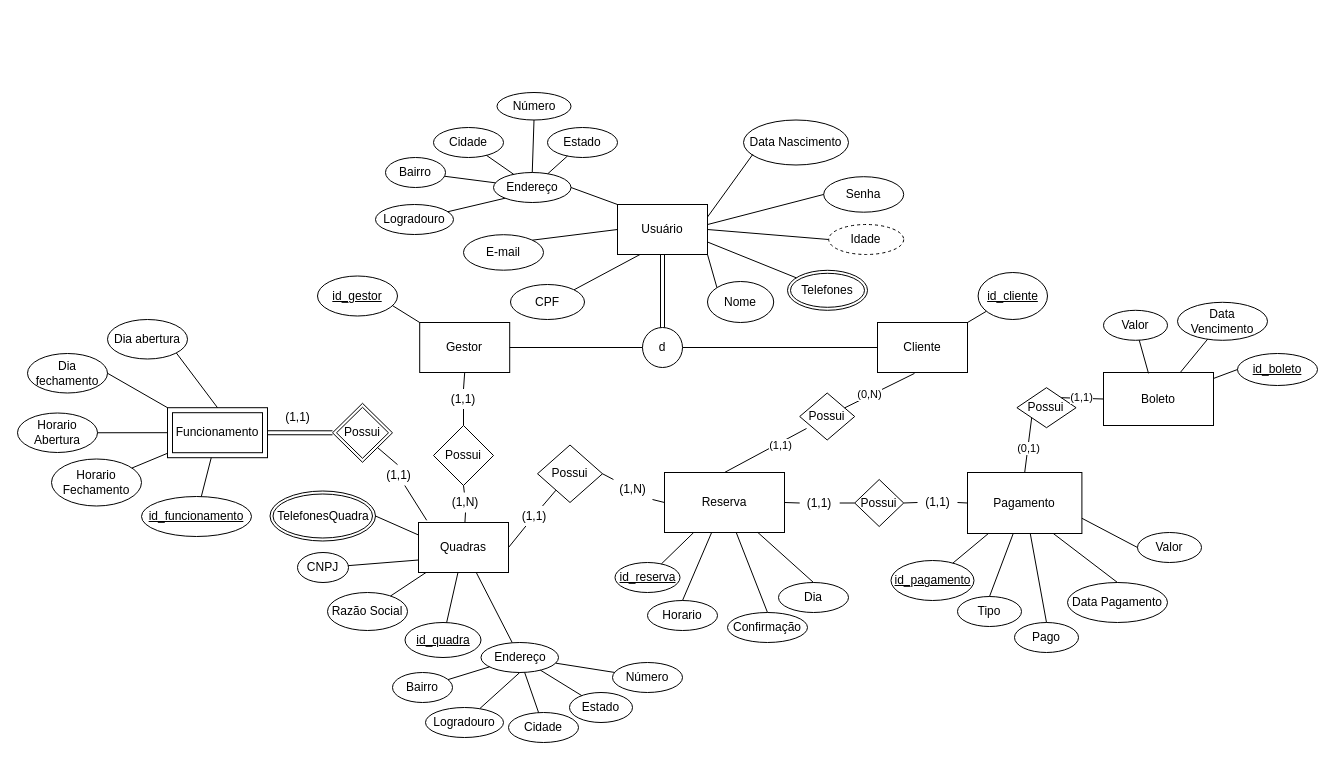
This is documentacao/Modelo Banco/DiagramaFutManagerV2.drawio from oapmartins/FutManager, a draw.io file, before an edit. Source tidied: cells renumbered, new cells numbered last; positions are measured from the earlier drawing's top-left corner, leaving out a move shared by most shapes. Both pictures are drawn from the tidied source at 100%, with x=0, y=0 at pixel (17, 92).
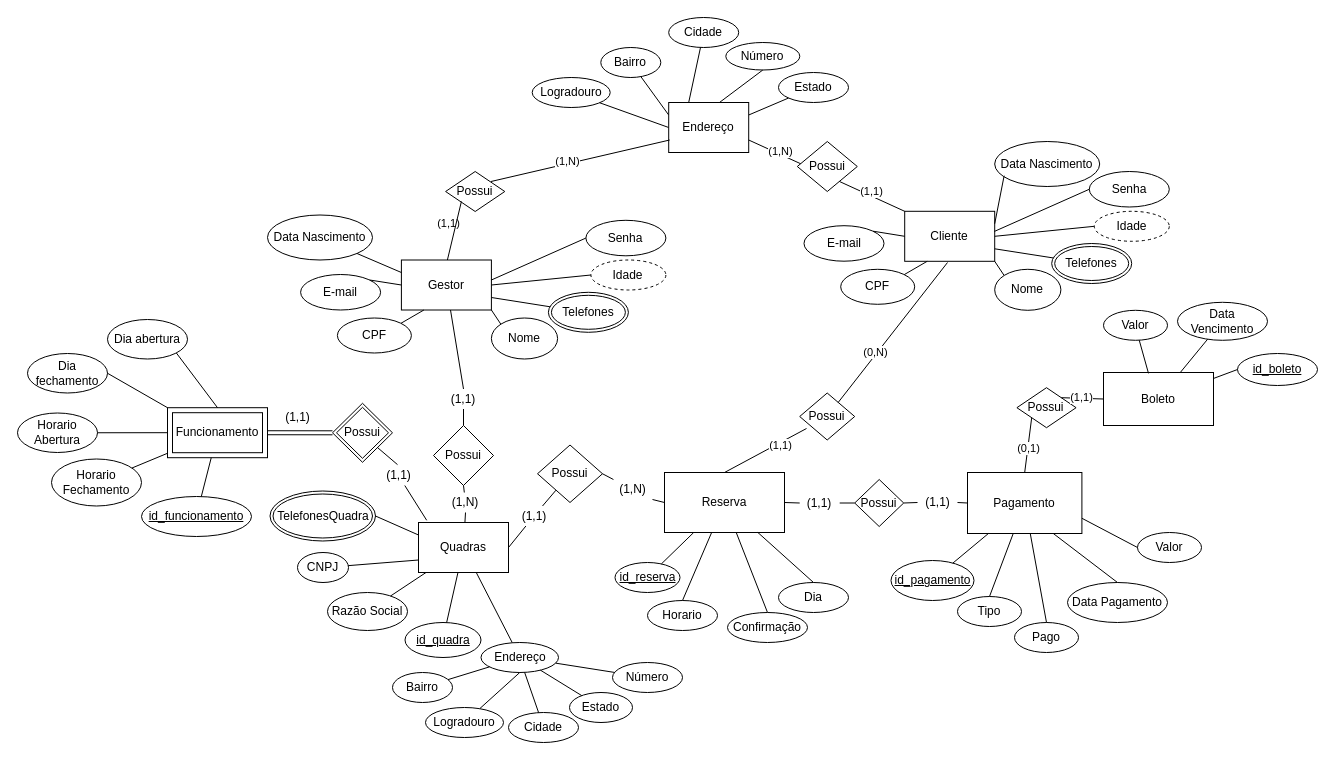
The same page after the edit.

Commit message (it also covers changes not shown here):
update der diagram documentation

Unchanged cells that the change refers to:
```xml
<mxCell id="92" value="Possui" style="rhombus;whiteSpace=wrap;html=1;" parent="1" vertex="1">
  <mxGeometry x="782.2" y="300.5" width="55" height="47" as="geometry" />
</mxCell>
<mxCell id="123" value="(1,1)" style="text;html=1;strokeColor=none;fillColor=none;align=center;verticalAlign=middle;whiteSpace=wrap;rounded=0;" parent="1" vertex="1">
  <mxGeometry x="426" y="296.5" width="40" height="20" as="geometry" />
</mxCell>
```

Diff of the diagram source:
```diff
@@
-    <mxCell id="2" value="Gestor" style="rounded=0;whiteSpace=wrap;html=1;" parent="1" vertex="1">
-      <mxGeometry x="402.2" y="230" width="90" height="50" as="geometry" />
-    </mxCell>
-    <mxCell id="3" value="Cliente" style="rounded=0;whiteSpace=wrap;html=1;" parent="1" vertex="1">
-      <mxGeometry x="860" y="230" width="90" height="50" as="geometry" />
-    </mxCell>
-    <mxCell id="4" value="Usuário" style="rounded=0;whiteSpace=wrap;html=1;" parent="1" vertex="1">
-      <mxGeometry x="600" y="112" width="90" height="50" as="geometry" />
+    <mxCell id="4" value="Cliente" style="rounded=0;whiteSpace=wrap;html=1;" parent="1" vertex="1">
+      <mxGeometry x="887.2" y="118.8" width="90" height="50" as="geometry" />
     </mxCell>
-    <mxCell id="5" value="d" style="ellipse;whiteSpace=wrap;html=1;" parent="1" vertex="1">
-      <mxGeometry x="625" y="235" width="40" height="40" as="geometry" />
-    </mxCell>
-    <mxCell id="6" style="endArrow=none;html=1;entryX=0;entryY=0.5;entryDx=0;entryDy=0;" parent="1" edge="1" source="2" target="5">
-      <mxGeometry relative="1" as="geometry" />
-    </mxCell>
-    <mxCell id="7" style="endArrow=none;html=1;entryX=1;entryY=0.5;entryDx=0;entryDy=0;" parent="1" edge="1" source="3" target="5">
-      <mxGeometry relative="1" as="geometry" />
-    </mxCell>
-    <mxCell id="8" style="endArrow=none;html=1;strokeColor=#000000;shape=link;entryX=0.5;entryY=1;entryDx=0;entryDy=0;" parent="1" edge="1" source="5" target="4">
-      <mxGeometry relative="1" as="geometry" />
-    </mxCell>
     <mxCell id="9" value="Data Nascimento" style="ellipse;whiteSpace=wrap;html=1;rounded=0;" parent="1" vertex="1">
-      <mxGeometry x="726" y="27.5" width="105" height="45" as="geometry" />
+      <mxGeometry x="977.2" y="49" width="105" height="45" as="geometry" />
     </mxCell>
@@
     <mxCell id="11" value="Idade" style="ellipse;whiteSpace=wrap;html=1;shadow=0;sketch=0;strokeColor=#000000;gradientColor=none;dashed=1;" parent="1" vertex="1">
-      <mxGeometry x="811.2" y="132" width="75" height="30" as="geometry" />
+      <mxGeometry x="1076.8" y="118.8" width="75" height="30" as="geometry" />
     </mxCell>
@@
     <mxCell id="13" value="Telefones" style="ellipse;shape=doubleEllipse;margin=3;whiteSpace=wrap;html=1;align=center;" parent="1" vertex="1">
-      <mxGeometry x="770" y="177.8" width="80" height="40" as="geometry" />
+      <mxGeometry x="1034.2" y="151" width="80" height="40" as="geometry" />
     </mxCell>
@@
     <mxCell id="15" value="CPF" style="ellipse;whiteSpace=wrap;html=1;shadow=0;sketch=0;strokeColor=#000000;gradientColor=none;" parent="1" vertex="1">
-      <mxGeometry x="493" y="192" width="74" height="35" as="geometry" />
+      <mxGeometry x="823.2" y="176.8" width="74" height="35" as="geometry" />
     </mxCell>
     <mxCell id="16" value="Nome" style="ellipse;whiteSpace=wrap;html=1;shadow=0;sketch=0;strokeColor=#000000;gradientColor=none;" parent="1" vertex="1">
-      <mxGeometry x="690" y="189" width="66.2" height="41" as="geometry" />
+      <mxGeometry x="977.2" y="176.8" width="66.2" height="41" as="geometry" />
     </mxCell>
-    <mxCell id="17" value="Endereço" style="ellipse;whiteSpace=wrap;html=1;align=center;" parent="1" vertex="1">
-      <mxGeometry x="476" y="80" width="77.5" height="30" as="geometry" />
-    </mxCell>
-    <mxCell id="18" value="Logradouro" style="ellipse;whiteSpace=wrap;html=1;align=center;" parent="1" vertex="1">
-      <mxGeometry x="358" y="112" width="78" height="30" as="geometry" />
-    </mxCell>
-    <mxCell id="19" value="Bairro" style="ellipse;whiteSpace=wrap;html=1;align=center;" parent="1" vertex="1">
-      <mxGeometry x="368" y="65" width="60" height="30" as="geometry" />
-    </mxCell>
-    <mxCell id="20" value="Cidade" style="ellipse;whiteSpace=wrap;html=1;align=center;" parent="1" vertex="1">
-      <mxGeometry x="416" y="35" width="70" height="30" as="geometry" />
-    </mxCell>
-    <mxCell id="21" value="Estado" style="ellipse;whiteSpace=wrap;html=1;align=center;" parent="1" vertex="1">
-      <mxGeometry x="530" y="35" width="70" height="30" as="geometry" />
-    </mxCell>
-    <mxCell id="22" style="endArrow=none;html=1;rounded=0;entryX=0;entryY=1;entryDx=0;entryDy=0;" parent="1" edge="1" source="18" target="17">
-      <mxGeometry relative="1" as="geometry" />
-    </mxCell>
-    <mxCell id="23" style="endArrow=none;html=1;rounded=0;" parent="1" edge="1" source="17" target="19">
-      <mxGeometry relative="1" as="geometry" />
-    </mxCell>
-    <mxCell id="24" style="endArrow=none;html=1;rounded=0;" parent="1" edge="1" source="17" target="20">
-      <mxGeometry relative="1" as="geometry" />
-    </mxCell>
-    <mxCell id="25" style="endArrow=none;html=1;rounded=0;" parent="1" edge="1" source="17" target="21">
-      <mxGeometry relative="1" as="geometry" />
-    </mxCell>
-    <mxCell id="26" style="endArrow=none;html=1;strokeColor=#000000;entryX=0;entryY=0;entryDx=0;entryDy=0;exitX=1;exitY=0.5;exitDx=0;exitDy=0;" parent="1" edge="1" source="17" target="4">
-      <mxGeometry relative="1" as="geometry" />
-    </mxCell>
@@
-    <mxCell id="29" style="endArrow=none;html=1;strokeColor=#000000;entryX=0.5;entryY=1;entryDx=0;entryDy=0;exitX=0.5;exitY=0;exitDx=0;exitDy=0;" parent="1" edge="1" source="123" target="2">
+    <mxCell id="29" style="endArrow=none;html=1;strokeColor=#000000;exitX=0.5;exitY=0;exitDx=0;exitDy=0;" parent="1" edge="1" source="123" target="2">
       <mxGeometry relative="1" as="geometry" />
     </mxCell>
@@
     <mxCell id="49" value="E-mail&lt;br&gt;" style="ellipse;whiteSpace=wrap;html=1;" parent="1" vertex="1">
-      <mxGeometry x="446" y="142.2" width="80" height="35.5" as="geometry" />
+      <mxGeometry x="786.5" y="133.2" width="80" height="35.5" as="geometry" />
     </mxCell>
@@
-    <mxCell id="52" style="endArrow=none;html=1;exitX=1;exitY=0;exitDx=0;exitDy=0;" parent="1" edge="1" source="3" target="53">
-      <mxGeometry relative="1" as="geometry" />
-    </mxCell>
-    <mxCell id="53" value="&lt;u&gt;id_cliente&lt;/u&gt;" style="ellipse;whiteSpace=wrap;html=1;" parent="1" vertex="1">
-      <mxGeometry x="960.6" y="180" width="69.4" height="47" as="geometry" />
-    </mxCell>
-    <mxCell id="54" style="endArrow=none;html=1;entryX=0;entryY=0;entryDx=0;entryDy=0;" parent="1" edge="1" target="2">
-      <mxGeometry relative="1" as="geometry">
-        <mxPoint x="370" y="210" as="sourcePoint" />
-      </mxGeometry>
-    </mxCell>
-    <mxCell id="55" value="&lt;u&gt;id_gestor&lt;/u&gt;" style="ellipse;whiteSpace=wrap;html=1;" parent="1" vertex="1">
-      <mxGeometry x="300" y="183.5" width="80" height="40" as="geometry" />
-    </mxCell>
     <mxCell id="56" value="Senha" style="ellipse;whiteSpace=wrap;html=1;" parent="1" vertex="1">
-      <mxGeometry x="806.2" y="84.2" width="80" height="35.5" as="geometry" />
+      <mxGeometry x="1071.8" y="79" width="80" height="35.5" as="geometry" />
     </mxCell>
@@
-    <mxCell id="93" style="endArrow=none;html=1;entryX=0.411;entryY=1.018;entryDx=0;entryDy=0;entryPerimeter=0;" parent="1" edge="1" source="92" target="3">
-      <mxGeometry relative="1" as="geometry" />
+    <mxCell id="93" style="endArrow=none;html=1;" parent="1" edge="1" source="92">
+      <mxGeometry relative="1" as="geometry">
+        <mxPoint x="930" y="170" as="targetPoint" />
+      </mxGeometry>
     </mxCell>
@@
-    <mxCell id="109" value="Número" style="ellipse;whiteSpace=wrap;html=1;" parent="1" vertex="1">
-      <mxGeometry x="479.5" width="74" height="27.5" as="geometry" />
-    </mxCell>
-    <mxCell id="110" style="endArrow=none;html=1;entryX=0.5;entryY=1;entryDx=0;entryDy=0;exitX=0.5;exitY=0;exitDx=0;exitDy=0;" parent="1" edge="1" source="17" target="109">
-      <mxGeometry relative="1" as="geometry" />
-    </mxCell>
@@
+    <mxCell id="2" value="Gestor" style="rounded=0;whiteSpace=wrap;html=1;" parent="1" vertex="1">
+      <mxGeometry x="383.9" y="167.5" width="90" height="50" as="geometry" />
+    </mxCell>
+    <mxCell id="135" value="Data Nascimento" style="ellipse;whiteSpace=wrap;html=1;rounded=0;" parent="1" vertex="1">
+      <mxGeometry x="250" y="122.5" width="105" height="45" as="geometry" />
+    </mxCell>
+    <mxCell id="136" style="endArrow=none;html=1;strokeColor=#000000;entryX=0;entryY=0.25;entryDx=0;entryDy=0;" parent="1" edge="1" source="135" target="2">
+      <mxGeometry relative="1" as="geometry" />
+    </mxCell>
+    <mxCell id="137" value="Idade" style="ellipse;whiteSpace=wrap;html=1;shadow=0;sketch=0;strokeColor=#000000;gradientColor=none;dashed=1;" parent="1" vertex="1">
+      <mxGeometry x="573.4" y="167.5" width="75" height="30" as="geometry" />
+    </mxCell>
+    <mxCell id="138" style="endArrow=none;html=1;strokeColor=#000000;exitX=0;exitY=0.5;exitDx=0;exitDy=0;entryX=1;entryY=0.5;entryDx=0;entryDy=0;" parent="1" edge="1" source="137" target="2">
+      <mxGeometry relative="1" as="geometry" />
+    </mxCell>
+    <mxCell id="139" value="Telefones" style="ellipse;shape=doubleEllipse;margin=3;whiteSpace=wrap;html=1;align=center;" parent="1" vertex="1">
+      <mxGeometry x="530.9" y="199.8" width="80" height="40" as="geometry" />
+    </mxCell>
+    <mxCell id="140" style="endArrow=none;html=1;strokeColor=#000000;entryX=1;entryY=0.75;entryDx=0;entryDy=0;" parent="1" edge="1" source="139" target="2">
+      <mxGeometry relative="1" as="geometry" />
+    </mxCell>
+    <mxCell id="141" value="CPF" style="ellipse;whiteSpace=wrap;html=1;shadow=0;sketch=0;strokeColor=#000000;gradientColor=none;" parent="1" vertex="1">
+      <mxGeometry x="319.9" y="225.5" width="74" height="35" as="geometry" />
+    </mxCell>
+    <mxCell id="142" value="Nome" style="ellipse;whiteSpace=wrap;html=1;shadow=0;sketch=0;strokeColor=#000000;gradientColor=none;" parent="1" vertex="1">
+      <mxGeometry x="473.9" y="225.5" width="66.2" height="41" as="geometry" />
+    </mxCell>
+    <mxCell id="18" value="Logradouro" style="ellipse;whiteSpace=wrap;html=1;align=center;" parent="1" vertex="1">
+      <mxGeometry x="514.7" y="-15" width="78" height="30" as="geometry" />
+    </mxCell>
+    <mxCell id="19" value="Bairro" style="ellipse;whiteSpace=wrap;html=1;align=center;" parent="1" vertex="1">
+      <mxGeometry x="583.3" y="-45" width="60" height="30" as="geometry" />
+    </mxCell>
+    <mxCell id="20" value="Cidade" style="ellipse;whiteSpace=wrap;html=1;align=center;" parent="1" vertex="1">
+      <mxGeometry x="651.2" y="-75" width="70" height="30" as="geometry" />
+    </mxCell>
+    <mxCell id="21" value="Estado" style="ellipse;whiteSpace=wrap;html=1;align=center;" parent="1" vertex="1">
+      <mxGeometry x="761" y="-20" width="70" height="30" as="geometry" />
+    </mxCell>
+    <mxCell id="22" style="endArrow=none;html=1;rounded=0;entryX=0;entryY=0.5;entryDx=0;entryDy=0;" parent="1" edge="1" source="18" target="17">
+      <mxGeometry relative="1" as="geometry" />
+    </mxCell>
+    <mxCell id="23" style="endArrow=none;html=1;rounded=0;exitX=0;exitY=0.25;exitDx=0;exitDy=0;" parent="1" edge="1" source="17" target="19">
+      <mxGeometry relative="1" as="geometry" />
+    </mxCell>
+    <mxCell id="24" style="endArrow=none;html=1;rounded=0;exitX=0.25;exitY=0;exitDx=0;exitDy=0;" parent="1" edge="1" source="17" target="20">
+      <mxGeometry relative="1" as="geometry" />
+    </mxCell>
+    <mxCell id="25" style="endArrow=none;html=1;rounded=0;exitX=1;exitY=0.25;exitDx=0;exitDy=0;" parent="1" edge="1" source="17" target="21">
+      <mxGeometry relative="1" as="geometry" />
+    </mxCell>
+    <mxCell id="143" style="endArrow=none;html=1;entryX=0;entryY=0;entryDx=0;entryDy=0;exitX=1;exitY=1;exitDx=0;exitDy=0;" parent="1" edge="1" source="2" target="142">
+      <mxGeometry relative="1" as="geometry" />
+    </mxCell>
+    <mxCell id="144" style="endArrow=none;html=1;entryX=0.25;entryY=1;entryDx=0;entryDy=0;exitX=1;exitY=0;exitDx=0;exitDy=0;" parent="1" edge="1" source="141" target="2">
+      <mxGeometry relative="1" as="geometry" />
+    </mxCell>
+    <mxCell id="145" style="endArrow=none;html=1;entryX=0;entryY=0.5;entryDx=0;entryDy=0;exitX=1;exitY=0;exitDx=0;exitDy=0;" parent="1" edge="1" source="146" target="2">
+      <mxGeometry relative="1" as="geometry" />
+    </mxCell>
+    <mxCell id="146" value="E-mail&lt;br&gt;" style="ellipse;whiteSpace=wrap;html=1;" parent="1" vertex="1">
+      <mxGeometry x="283.1" y="182" width="80" height="35.5" as="geometry" />
+    </mxCell>
+    <mxCell id="147" value="Senha" style="ellipse;whiteSpace=wrap;html=1;" parent="1" vertex="1">
+      <mxGeometry x="568.4" y="127.8" width="80" height="35.5" as="geometry" />
+    </mxCell>
+    <mxCell id="148" style="endArrow=none;html=1;strokeColor=#000000;exitX=0;exitY=0.5;exitDx=0;exitDy=0;entryX=0.996;entryY=0.403;entryDx=0;entryDy=0;entryPerimeter=0;" parent="1" edge="1" source="147" target="2">
+      <mxGeometry relative="1" as="geometry" />
+    </mxCell>
+    <mxCell id="109" value="Número" style="ellipse;whiteSpace=wrap;html=1;" parent="1" vertex="1">
+      <mxGeometry x="708.3" y="-50" width="74" height="27.5" as="geometry" />
+    </mxCell>
+    <mxCell id="110" style="endArrow=none;html=1;entryX=0.5;entryY=1;entryDx=0;entryDy=0;exitX=0.618;exitY=0.02;exitDx=0;exitDy=0;exitPerimeter=0;" parent="1" edge="1" source="17" target="109">
+      <mxGeometry relative="1" as="geometry" />
+    </mxCell>
+    <mxCell id="17" value="Endereço" style="rounded=0;whiteSpace=wrap;html=1;" parent="1" vertex="1">
+      <mxGeometry x="651.2" y="10" width="80" height="50" as="geometry" />
+    </mxCell>
+    <mxCell id="149" value="(1,1)" style="edgeLabel;html=1;align=center;verticalAlign=middle;" parent="1" vertex="1">
+      <mxGeometry x="439.1" y="139" as="geometry">
+        <mxPoint x="-9" y="-9" as="offset" />
+      </mxGeometry>
+    </mxCell>
+    <mxCell id="150" value="Possui" style="rhombus;whiteSpace=wrap;html=1;" parent="1" vertex="1">
+      <mxGeometry x="428.1" y="79" width="59.2" height="40" as="geometry" />
+    </mxCell>
+    <mxCell id="151" style="endArrow=none;html=1;exitX=1;exitY=0;exitDx=0;exitDy=0;entryX=0;entryY=0.75;entryDx=0;entryDy=0;" parent="1" edge="1">
+      <mxGeometry relative="1" as="geometry">
+        <mxPoint x="473.5" y="89" as="sourcePoint" />
+        <mxPoint x="652.2" y="47.5" as="targetPoint" />
+      </mxGeometry>
+    </mxCell>
+    <mxCell id="152" value="(1,N)" style="edgeLabel;html=1;align=center;verticalAlign=middle;" parent="151" vertex="1">
+      <mxGeometry x="-0.06" y="1" relative="1" as="geometry">
+        <mxPoint x="-7.7" y="-0.1" as="offset" />
+      </mxGeometry>
+    </mxCell>
+    <mxCell id="153" style="endArrow=none;html=1;exitX=0;exitY=0;exitDx=0;exitDy=0;entryX=1;entryY=0.75;entryDx=0;entryDy=0;" parent="1" edge="1" source="4" target="17">
+      <mxGeometry relative="1" as="geometry" />
+    </mxCell>
+    <mxCell id="154" value="(1,N)" style="edgeLabel;html=1;align=center;verticalAlign=middle;" parent="153" vertex="1">
+      <mxGeometry x="0.61" y="-3" relative="1" as="geometry" />
+    </mxCell>
+    <mxCell id="155" value="(1,1)" style="edgeLabel;html=1;align=center;verticalAlign=middle;" parent="153" vertex="1">
+      <mxGeometry x="-0.54" y="-4" relative="1" as="geometry" />
+    </mxCell>
+    <mxCell id="156" style="endArrow=none;html=1;exitX=0.5;exitY=0;exitDx=0;exitDy=0;entryX=0;entryY=1;entryDx=0;entryDy=0;" parent="1" edge="1">
+      <mxGeometry relative="1" as="geometry">
+        <mxPoint x="429.9" y="167.5" as="sourcePoint" />
+        <mxPoint x="443.9" y="109" as="targetPoint" />
+      </mxGeometry>
+    </mxCell>
+    <mxCell id="157" value="Possui" style="rhombus;whiteSpace=wrap;html=1;" parent="1" vertex="1">
+      <mxGeometry x="779.8" y="49" width="60" height="50" as="geometry" />
+    </mxCell>
```
